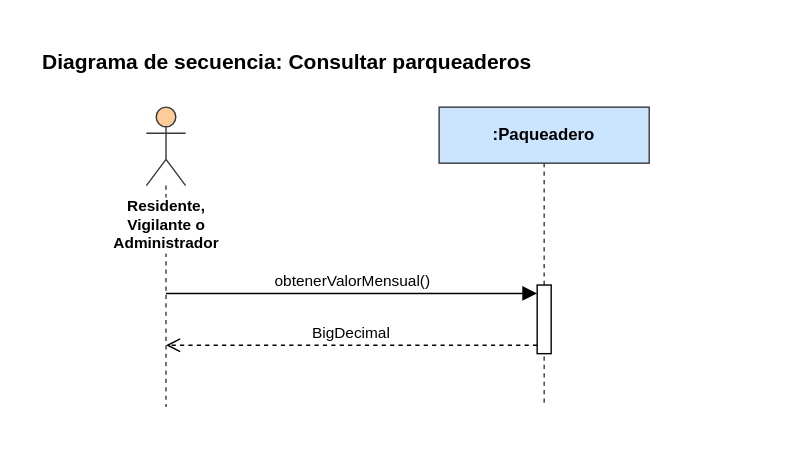
The draw.io diagram Diagramas/Secuencia/consultar-parqueaderos.svg in manuel20051208/HorizontalSoftware-Back-End, before a commit. Source tidied: cells renumbered, new cells last; positions are measured from the earlier drawing's top-left corner, leaving out a move shared by most shapes. Its diagram source:
```xml
<mxGraphModel>
  <root>
    <mxCell id="0" />
    <mxCell id="1" parent="0" />
    <mxCell id="2" value="&lt;b&gt;Diagrama de secuencia: Consultar parqueaderos&lt;/b&gt;" style="text;html=1;align=left;verticalAlign=top;whiteSpace=wrap;fontSize=15;" parent="1" vertex="1">
      <mxGeometry width="500" height="26" as="geometry" />
    </mxCell>
    <mxCell id="3" value="Residente,&lt;br&gt;Vigilante o&lt;br&gt;Administrador" style="shape=umlLifeline;participant=umlActor;perimeter=lifelinePerimeter;whiteSpace=nowrap;html=1;outlineConnect=0;portConstraint=eastwest;size=56;verticalAlign=top;spacingTop=58;labelBackgroundColor=#ffffff;fontStyle=1;fontSize=11;fillColor=#ffcc99;strokeColor=#36393d;" parent="1" vertex="1">
      <mxGeometry x="76" y="48" width="28" height="214" as="geometry" />
    </mxCell>
    <mxCell id="4" value=":Paqueadero" style="shape=umlLifeline;perimeter=lifelinePerimeter;whiteSpace=wrap;html=1;fillColor=#cce5ff;strokeColor=#36393d;fontStyle=1;fontSize=12;" parent="1" vertex="1">
      <mxGeometry x="285" y="48" width="150" height="214" as="geometry" />
    </mxCell>
    <mxCell id="5" style="html=1;points=[];perimeter=orthogonalPerimeter;fillColor=#ffffff;strokeColor=#000000;" parent="1" vertex="1">
      <mxGeometry x="355" y="175" width="10" height="49" as="geometry" />
    </mxCell>
    <mxCell id="6" value="obtenerValorMensual()" style="html=1;verticalAlign=bottom;rounded=0;fontSize=11;strokeColor=#000000;endArrow=block;endFill=1;endSize=8;exitX=0.5000;exitY=0.6215;exitDx=0;exitDy=0;exitPerimeter=0;entryX=0.0000;entryY=0.1224;entryDx=0;entryDy=0;entryPerimeter=0;" parent="1" edge="1" source="3" target="5">
      <mxGeometry relative="1" as="geometry" />
    </mxCell>
    <mxCell id="7" value="BigDecimal" style="html=1;verticalAlign=bottom;rounded=0;fontSize=11;strokeColor=#000000;dashed=1;endArrow=open;endFill=0;endSize=8;exitX=0.0000;exitY=0.8776;exitDx=0;exitDy=0;exitPerimeter=0;entryX=0.5000;entryY=0.7944;entryDx=0;entryDy=0;entryPerimeter=0;" parent="1" edge="1" source="5" target="3">
      <mxGeometry relative="1" as="geometry" />
    </mxCell>
  </root>
</mxGraphModel>
```
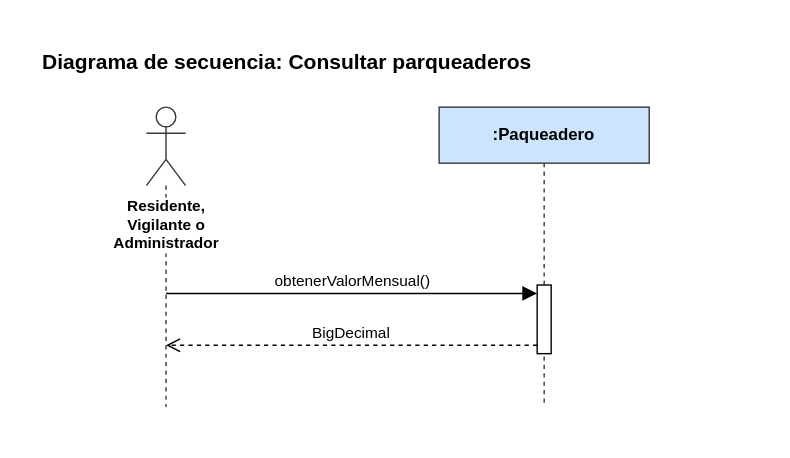
The same file after the commit.

What changed in the source:
```diff
@@ -5,7 +5,7 @@
     <mxCell id="2" value="&lt;b&gt;Diagrama de secuencia: Consultar parqueaderos&lt;/b&gt;" style="text;html=1;align=left;verticalAlign=top;whiteSpace=wrap;fontSize=15;" parent="1" vertex="1">
       <mxGeometry width="500" height="26" as="geometry" />
     </mxCell>
-    <mxCell id="3" value="Residente,&lt;br&gt;Vigilante o&lt;br&gt;Administrador" style="shape=umlLifeline;participant=umlActor;perimeter=lifelinePerimeter;whiteSpace=nowrap;html=1;outlineConnect=0;portConstraint=eastwest;size=56;verticalAlign=top;spacingTop=58;labelBackgroundColor=#ffffff;fontStyle=1;fontSize=11;fillColor=#ffcc99;strokeColor=#36393d;" parent="1" vertex="1">
+    <mxCell id="3" value="Residente,&lt;br&gt;Vigilante o&lt;br&gt;Administrador" style="shape=umlLifeline;participant=umlActor;perimeter=lifelinePerimeter;whiteSpace=nowrap;html=1;outlineConnect=0;portConstraint=eastwest;size=56;verticalAlign=top;spacingTop=58;labelBackgroundColor=#ffffff;fontStyle=1;fontSize=11;fillColor=#ffffff;strokeColor=#36393d;" parent="1" vertex="1">
       <mxGeometry x="76" y="48" width="28" height="214" as="geometry" />
     </mxCell>
     <mxCell id="4" value=":Paqueadero" style="shape=umlLifeline;perimeter=lifelinePerimeter;whiteSpace=wrap;html=1;fillColor=#cce5ff;strokeColor=#36393d;fontStyle=1;fontSize=12;" parent="1" vertex="1">
```
